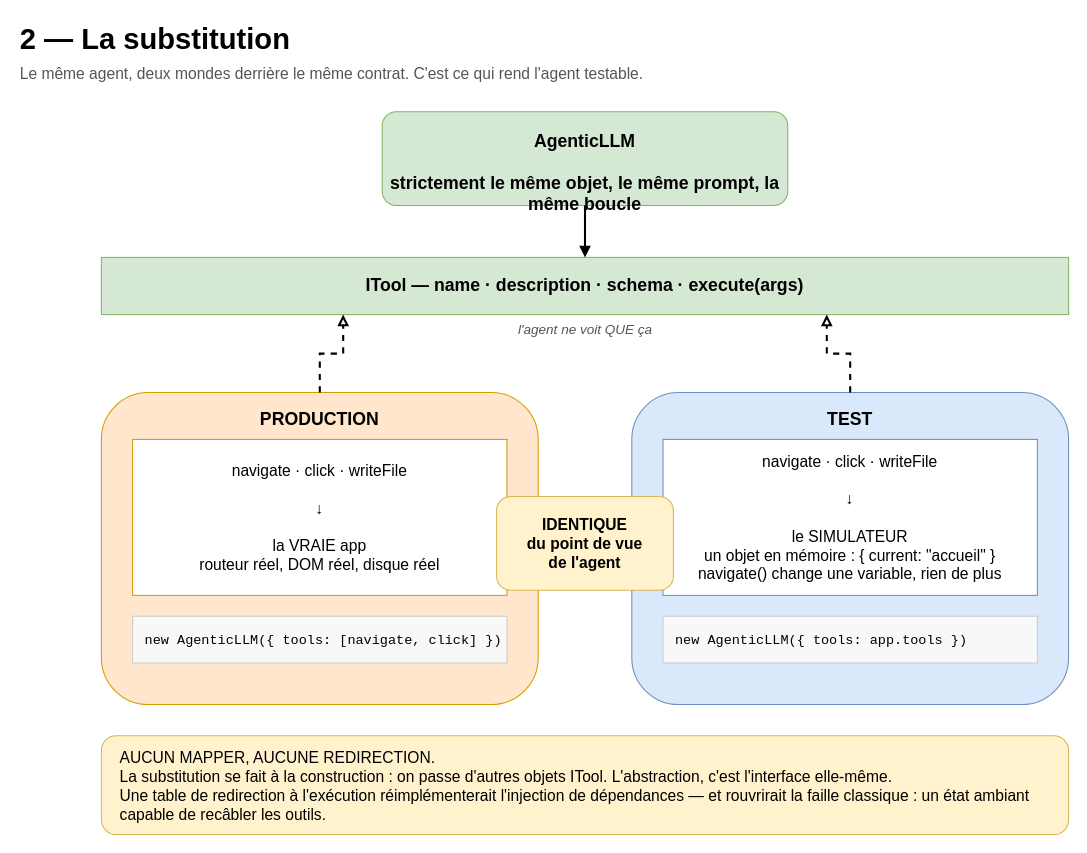
A-World-Felt/NATHAN-agent-package keeps this draw.io diagram as page "2 — La substitution" (2 of 5) of docs/schema/Architecture-agent-core.drawio. Above is the earlier version. Source tidied: cells renumbered, new cells numbered last; positions are measured from the earlier drawing's top-left corner, leaving out a move shared by most shapes. Both pictures are drawn from the tidied source at 104%, with x=0, y=0 at pixel (18, 18).
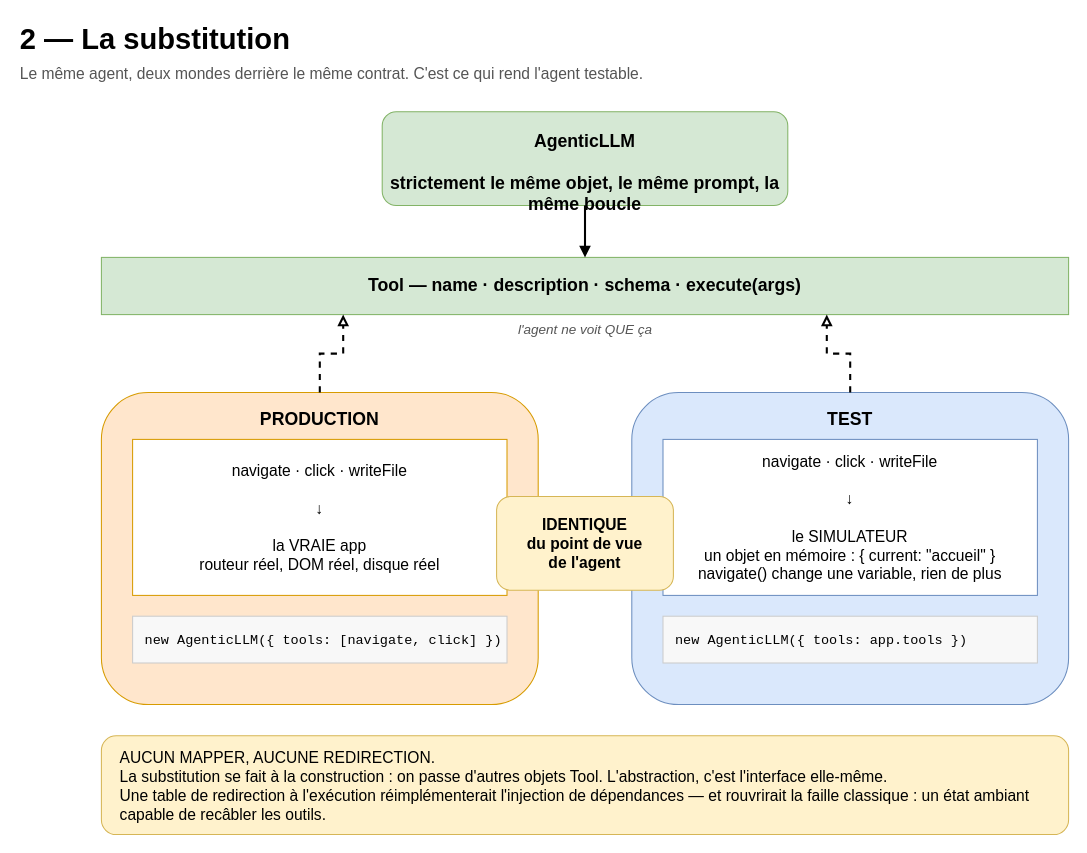
Above is the later version.

Commit message (it also covers changes not shown here):
refactor(schema): align the architecture diagram with the shipped port names (DEV-196)

The edit, as a diff of the source:
```diff
@@
 <mxGraphModel>
   <root>
     <mxCell id="0" />
     <mxCell id="1" parent="0" />
     <mxCell id="2" value="2 — La substitution" style="text;html=1;align=left;verticalAlign=middle;fontSize=28;fontStyle=1;" parent="1" vertex="1">
       <mxGeometry width="600" height="40" as="geometry" />
     </mxCell>
     <mxCell id="3" value="Le même agent, deux mondes derrière le même contrat. C'est ce qui rend l'agent testable." style="text;html=1;align=left;verticalAlign=middle;fontSize=15;fontColor=#555555;" parent="1" vertex="1">
       <mxGeometry y="38" width="900" height="30" as="geometry" />
     </mxCell>
     <mxCell id="4" value="AgenticLLM&#10;&#10;strictement le même objet, le même prompt, la même boucle" style="rounded=1;whiteSpace=wrap;html=1;fillColor=#d5e8d4;strokeColor=#82b366;fontSize=17;fontStyle=1;verticalAlign=top;spacingTop=12;" parent="1" vertex="1">
       <mxGeometry x="350" y="90" width="390" height="90" as="geometry" />
     </mxCell>
-    <mxCell id="5" value="ITool  —  name · description · schema · execute(args)" style="rounded=0;whiteSpace=wrap;html=1;fillColor=#d5e8d4;strokeColor=#82b366;fontSize=17;fontStyle=1;" parent="1" vertex="1">
+    <mxCell id="5" value="Tool  —  name · description · schema · execute(args)" style="rounded=0;whiteSpace=wrap;html=1;fillColor=#d5e8d4;strokeColor=#82b366;fontSize=17;fontStyle=1;" parent="1" vertex="1">
       <mxGeometry x="80" y="230" width="930" height="55" as="geometry" />
     </mxCell>
     <mxCell id="6" value="l'agent ne voit QUE ça" style="text;html=1;align=center;fontSize=13;fontColor=#555555;fontStyle=2;" parent="1" vertex="1">
       <mxGeometry x="80" y="285" width="930" height="24" as="geometry" />
     </mxCell>
     <mxCell id="7" style="edgeStyle=orthogonalEdgeStyle;rounded=0;html=1;endArrow=block;strokeWidth=2;fontSize=13;exitX=0.5;exitY=1;exitDx=0;exitDy=0;entryX=0.5;entryY=0;entryDx=0;entryDy=0;" parent="1" edge="1" source="4" target="5">
       <mxGeometry relative="1" as="geometry" />
     </mxCell>
     <mxCell id="8" value="PRODUCTION" style="rounded=1;whiteSpace=wrap;html=1;fillColor=#ffe6cc;strokeColor=#d79b00;fontSize=17;fontStyle=1;verticalAlign=top;spacingTop=10;" parent="1" vertex="1">
       <mxGeometry x="80" y="360" width="420" height="300" as="geometry" />
     </mxCell>
     <mxCell id="9" value="navigate  ·  click  ·  writeFile&#10;&#10;↓&#10;&#10;la VRAIE app&#10;routeur réel, DOM réel, disque réel" style="rounded=0;whiteSpace=wrap;html=1;fillColor=#ffffff;strokeColor=#d79b00;fontSize=15;verticalAlign=middle;" parent="1" vertex="1">
       <mxGeometry x="110" y="405" width="360" height="150" as="geometry" />
     </mxCell>
     <mxCell id="10" value="new AgenticLLM({ tools: [navigate, click] })" style="rounded=0;whiteSpace=wrap;html=1;fillColor=#f8f8f8;strokeColor=#cccccc;fontSize=13;fontFamily=Courier New;verticalAlign=middle;align=left;spacingLeft=10;" parent="1" vertex="1">
       <mxGeometry x="110" y="575" width="360" height="45" as="geometry" />
     </mxCell>
     <mxCell id="11" value="TEST" style="rounded=1;whiteSpace=wrap;html=1;fillColor=#dae8fc;strokeColor=#6c8ebf;fontSize=17;fontStyle=1;verticalAlign=top;spacingTop=10;" parent="1" vertex="1">
       <mxGeometry x="590" y="360" width="420" height="300" as="geometry" />
     </mxCell>
     <mxCell id="12" value="navigate  ·  click  ·  writeFile&#10;&#10;↓&#10;&#10;le SIMULATEUR&#10;un objet en mémoire : { current: &quot;accueil&quot; }&#10;navigate() change une variable, rien de plus" style="rounded=0;whiteSpace=wrap;html=1;fillColor=#ffffff;strokeColor=#6c8ebf;fontSize=15;verticalAlign=middle;" parent="1" vertex="1">
       <mxGeometry x="620" y="405" width="360" height="150" as="geometry" />
     </mxCell>
     <mxCell id="13" value="new AgenticLLM({ tools: app.tools })" style="rounded=0;whiteSpace=wrap;html=1;fillColor=#f8f8f8;strokeColor=#cccccc;fontSize=13;fontFamily=Courier New;verticalAlign=middle;align=left;spacingLeft=10;" parent="1" vertex="1">
       <mxGeometry x="620" y="575" width="360" height="45" as="geometry" />
     </mxCell>
     <mxCell id="14" style="edgeStyle=orthogonalEdgeStyle;rounded=0;html=1;endArrow=block;endFill=0;dashed=1;strokeWidth=2;fontSize=13;exitX=0.5;exitY=0;exitDx=0;exitDy=0;entryX=0.25;entryY=1;entryDx=0;entryDy=0;" parent="1" edge="1" source="8" target="5">
       <mxGeometry relative="1" as="geometry" />
     </mxCell>
     <mxCell id="15" style="edgeStyle=orthogonalEdgeStyle;rounded=0;html=1;endArrow=block;endFill=0;dashed=1;strokeWidth=2;fontSize=13;exitX=0.5;exitY=0;exitDx=0;exitDy=0;entryX=0.75;entryY=1;entryDx=0;entryDy=0;" parent="1" edge="1" source="11" target="5">
       <mxGeometry relative="1" as="geometry" />
     </mxCell>
     <mxCell id="16" value="IDENTIQUE&#10;du point de vue&#10;de l'agent" style="rounded=1;whiteSpace=wrap;html=1;fillColor=#fff2cc;strokeColor=#d6b656;fontSize=15;fontStyle=1;verticalAlign=middle;" parent="1" vertex="1">
       <mxGeometry x="460" y="460" width="170" height="90" as="geometry" />
     </mxCell>
-    <mxCell id="17" value="AUCUN MAPPER, AUCUNE REDIRECTION.&#10;La substitution se fait à la construction : on passe d'autres objets ITool. L'abstraction, c'est l'interface elle-même.&#10;Une table de redirection à l'exécution réimplémenterait l'injection de dépendances — et rouvrirait la faille classique : un état ambiant capable de recâbler les outils." style="rounded=1;whiteSpace=wrap;html=1;fillColor=#fff2cc;strokeColor=#d6b656;align=left;spacingLeft=16;verticalAlign=middle;fontSize=15;" parent="1" vertex="1">
+    <mxCell id="17" value="AUCUN MAPPER, AUCUNE REDIRECTION.&#10;La substitution se fait à la construction : on passe d'autres objets Tool. L'abstraction, c'est l'interface elle-même.&#10;Une table de redirection à l'exécution réimplémenterait l'injection de dépendances — et rouvrirait la faille classique : un état ambiant capable de recâbler les outils." style="rounded=1;whiteSpace=wrap;html=1;fillColor=#fff2cc;strokeColor=#d6b656;align=left;spacingLeft=16;verticalAlign=middle;fontSize=15;" parent="1" vertex="1">
       <mxGeometry x="80" y="690" width="930" height="95" as="geometry" />
     </mxCell>
   </root>
 </mxGraphModel>
```
